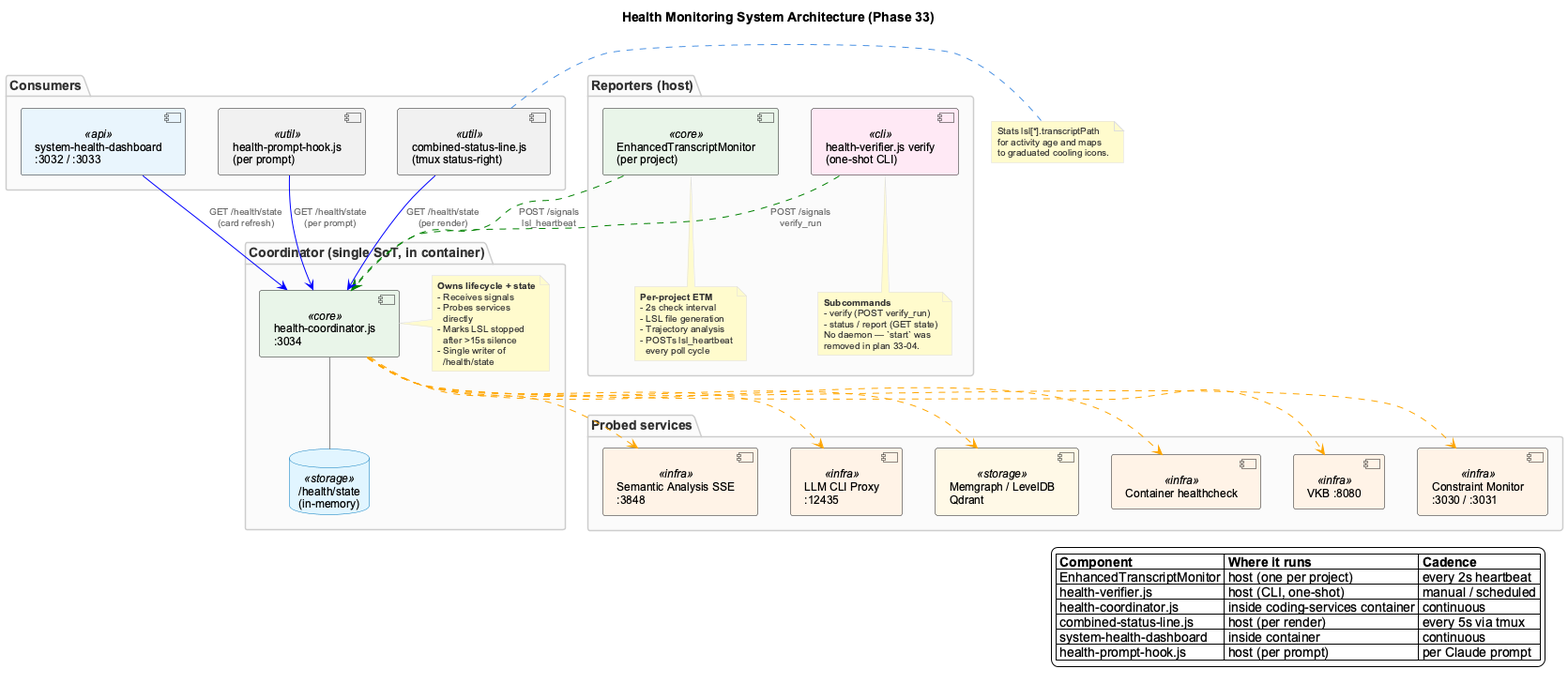
This is docs/images/health-monitoring-overview.png from fwornle/coding, a PlantUML export, as it was before one commit. Source of this version:
```plantuml
@startuml health-monitoring-overview
!include _standard-style.puml

title Health Monitoring System Architecture (Phase 33)

top to bottom direction

package "Reporters (host)" {
  component "EnhancedTranscriptMonitor\n(per project)" as ETM <<core>>
  component "health-verifier.js verify\n(one-shot CLI)" as VERIFIER <<cli>>
  note bottom of ETM
    **Per-project ETM**
    - 2s check interval
    - LSL file generation
    - Trajectory analysis
    - POSTs lsl_heartbeat
      every poll cycle
  end note
  note bottom of VERIFIER
    **Subcommands**
    - verify (POST verify_run)
    - status / report (GET state)
    No daemon — `start` was
    removed in plan 33-04.
  end note
}

package "Coordinator (single SoT, in container)" {
  component "health-coordinator.js\n:3034" as COORD <<core>>
  database "/health/state\n(in-memory)" as STATE <<storage>>
  COORD -[#888]- STATE
  note right of COORD
    **Owns lifecycle + state**
    - Receives signals
    - Probes services
      directly
    - Marks LSL stopped
      after >15s silence
    - Single writer of
      /health/state
  end note
}

package "Consumers" {
  component "combined-status-line.js\n(tmux status-right)" as STATUSLINE <<util>>
  component "system-health-dashboard\n:3032 / :3033" as DASHBOARD <<api>>
  component "health-prompt-hook.js\n(per prompt)" as HOOK <<util>>
}

package "Probed services" {
  component "VKB :8080" as VKB <<infra>>
  component "Constraint Monitor\n:3030 / :3031" as CM <<infra>>
  component "Semantic Analysis SSE\n:3848" as SA <<infra>>
  component "LLM CLI Proxy\n:12435" as PROXY <<infra>>
  component "Memgraph / LevelDB\nQdrant" as DBS <<storage>>
  component "Container healthcheck" as CONTAINER <<infra>>
}

ETM -[#green,dashed]-> COORD : POST /signals\nlsl_heartbeat
VERIFIER -[#green,dashed]-> COORD : POST /signals\nverify_run

COORD -[#orange,dashed]-> VKB
COORD -[#orange,dashed]-> CM
COORD -[#orange,dashed]-> SA
COORD -[#orange,dashed]-> PROXY
COORD -[#orange,dashed]-> DBS
COORD -[#orange,dashed]-> CONTAINER

STATUSLINE -[#blue]-> COORD : GET /health/state\n(per render)
DASHBOARD  -[#blue]-> COORD : GET /health/state\n(card refresh)
HOOK       -[#blue]-> COORD : GET /health/state\n(per prompt)

note right of STATUSLINE
  Stats lsl[*].transcriptPath
  for activity age and maps
  to graduated cooling icons.
end note

legend right
  |= Component |= Where it runs |= Cadence |
  | EnhancedTranscriptMonitor | host (one per project) | every 2s heartbeat |
  | health-verifier.js | host (CLI, one-shot) | manual / scheduled |
  | health-coordinator.js | inside coding-services container | continuous |
  | combined-status-line.js | host (per render) | every 5s via tmux |
  | system-health-dashboard | inside container | continuous |
  | health-prompt-hook.js | host (per prompt) | per Claude prompt |
endlegend

@enduml
```
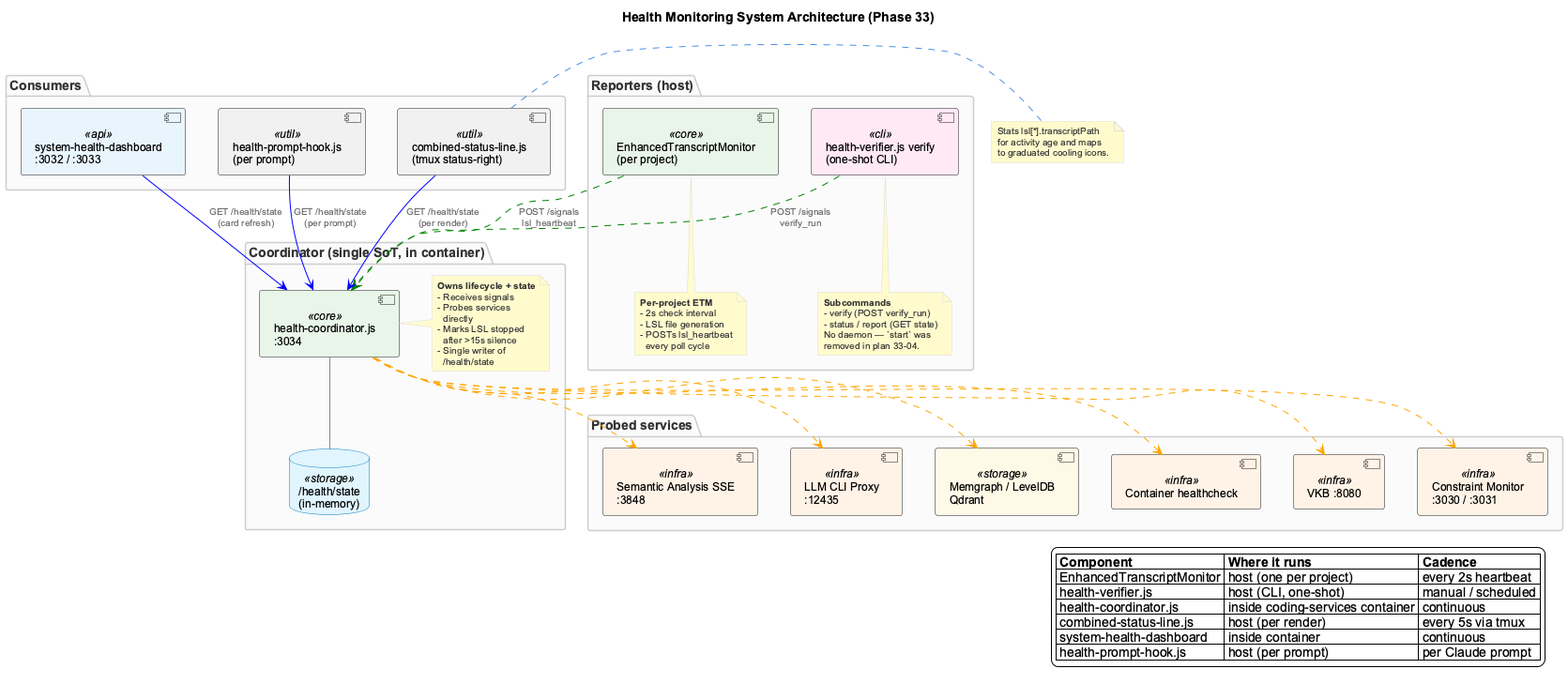
Later version of the same file.

The edit, as a diff of the source:
```diff
@@ -12,7 +12,6 @@
     **Per-project ETM**
     - 2s check interval
     - LSL file generation
-    - Trajectory analysis
     - POSTs lsl_heartbeat
       every poll cycle
   end note
```
